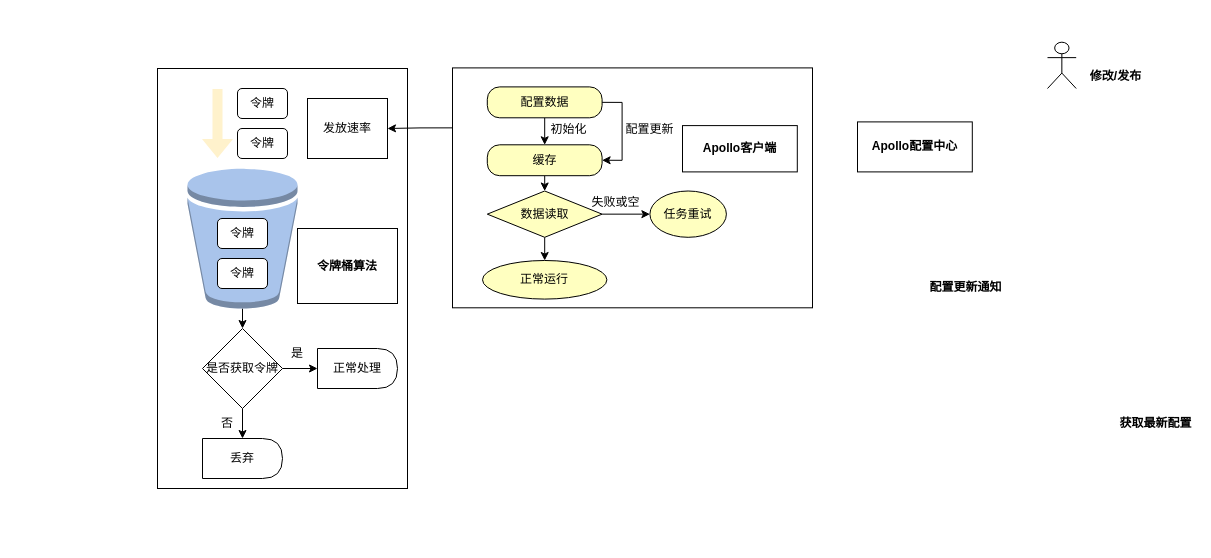
The draw.io diagram yx实时限流.drawio in mineminemine123/work-wiki, before the edit. Source tidied: cells renumbered, new cells numbered last; positions are measured from the earlier drawing's top-left corner, leaving out a move shared by most shapes. Both pictures are drawn from the tidied source at 100%, with x=0, y=0 at pixel (157, 16).
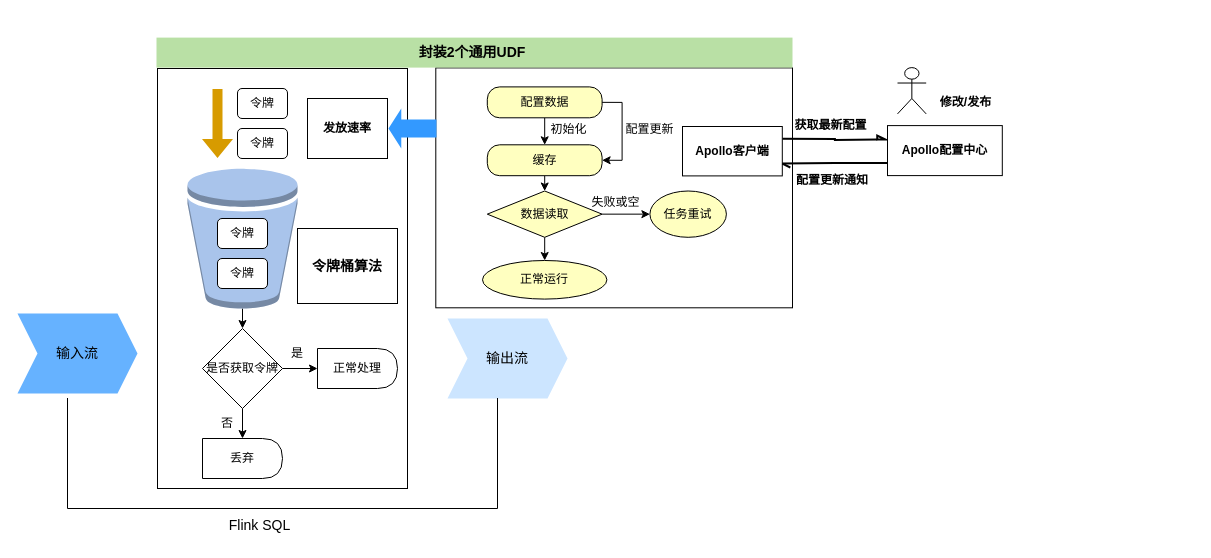
The same page after the edit.

Commit message:
更新yx实时限流.drawio

Unchanged cells that the change refers to:
```xml
<mxCell id="18" style="group;" parent="1" vertex="1">
  <mxGeometry x="125" y="0.4" width="740" height="523.1" as="geometry" />
</mxCell>
```

Change to the diagram source:
```diff
@@
-    <mxCell id="7" style="shape=flexArrow;endArrow=classic;html=1;rounded=0;strokeColor=none;fillColor=#fff2cc;" parent="1" edge="1">
+    <mxCell id="7" style="shape=flexArrow;endArrow=classic;html=1;rounded=0;strokeColor=none;fillColor=#D79B00;" parent="1" edge="1">
       <mxGeometry relative="1" as="geometry">
         <mxPoint x="60" y="72" as="sourcePoint" />
         <mxPoint x="60" y="142" as="targetPoint" />
       </mxGeometry>
     </mxCell>
@@
-    <mxCell id="17" value="&lt;b&gt;令牌桶算法&lt;/b&gt;" style="rounded=0;whiteSpace=wrap;html=1;strokeColor=default;fillColor=default;" parent="1" vertex="1">
+    <mxCell id="17" value="&lt;b&gt;&lt;font style=&quot;font-size: 14px;&quot;&gt;令牌桶算法&lt;/font&gt;&lt;/b&gt;" style="rounded=0;whiteSpace=wrap;html=1;strokeColor=default;fillColor=default;" parent="1" vertex="1">
       <mxGeometry x="140" y="212" width="100" height="75" as="geometry" />
     </mxCell>
@@
     <mxCell id="19" style="rounded=0;whiteSpace=wrap;html=1;strokeColor=default;fillColor=default;" parent="18" vertex="1">
-      <mxGeometry x="170" y="51" width="360" height="239.9" as="geometry" />
+      <mxGeometry x="153.3" y="51" width="356.7" height="239.9" as="geometry" />
     </mxCell>
@@
+    <mxCell id="41" style="edgeStyle=orthogonalEdgeStyle;rounded=0;jettySize=auto;html=1;exitX=1;exitY=0.25;exitDx=0;exitDy=0;fontSize=14;endArrow=async;endFill=0;fillColor=default;strokeWidth=2;" parent="18" edge="1" source="32">
+      <mxGeometry relative="1" as="geometry">
+        <mxPoint x="605" y="122.6" as="targetPoint" />
+      </mxGeometry>
+    </mxCell>
     <mxCell id="32" value="&lt;h4&gt;Apollo客户端&lt;/h4&gt;" style="rounded=0;whiteSpace=wrap;html=1;" parent="18" vertex="1">
-      <mxGeometry x="400" y="108.7" width="114.8" height="46.3" as="geometry" />
+      <mxGeometry x="400" y="109.6" width="99.8" height="49.4" as="geometry" />
     </mxCell>
+    <mxCell id="42" style="edgeStyle=orthogonalEdgeStyle;rounded=0;jettySize=auto;html=1;exitX=0;exitY=0.75;exitDx=0;exitDy=0;entryX=1;entryY=0.75;entryDx=0;entryDy=0;strokeWidth=2;fontSize=14;endArrow=openAsync;endFill=0;fillColor=default;" parent="18" edge="1" source="33" target="32">
+      <mxGeometry relative="1" as="geometry" />
+    </mxCell>
     <mxCell id="33" value="&lt;h4&gt;Apollo配置中心&lt;/h4&gt;" style="rounded=0;whiteSpace=wrap;html=1;" parent="18" vertex="1">
-      <mxGeometry x="575" y="105" width="114.8" height="50" as="geometry" />
+      <mxGeometry x="605" y="108.7" width="114.8" height="50" as="geometry" />
     </mxCell>
@@
     <mxCell id="35" value="&lt;h4&gt;配置更新通知&lt;/h4&gt;" style="text;html=1;strokeColor=none;fillColor=none;align=center;verticalAlign=middle;whiteSpace=wrap;rounded=0;" parent="18" vertex="1">
-      <mxGeometry x="645" y="259" width="76.5" height="23.1" as="geometry" />
+      <mxGeometry x="510" y="151.6" width="80" height="23.1" as="geometry" />
     </mxCell>
+    <mxCell id="37" value="&lt;h4&gt;修改/发布&lt;/h4&gt;" style="text;html=1;strokeColor=none;fillColor=none;align=center;verticalAlign=middle;whiteSpace=wrap;rounded=0;" parent="18" vertex="1">
+      <mxGeometry x="655" y="73.9" width="57.4" height="23.1" as="geometry" />
+    </mxCell>
+    <mxCell id="39" style="shape=umlActor;verticalLabelPosition=bottom;verticalAlign=top;html=1;" parent="18" vertex="1">
+      <mxGeometry x="615" y="50.7" width="28.7" height="46.3" as="geometry" />
+    </mxCell>
+    <mxCell id="38" value="&lt;h4&gt;获取最新配置&lt;/h4&gt;" style="text;html=1;strokeColor=none;fillColor=none;align=center;verticalAlign=middle;whiteSpace=wrap;rounded=0;" parent="18" vertex="1">
+      <mxGeometry x="510" y="97" width="76.5" height="23.1" as="geometry" />
+    </mxCell>
+    <mxCell id="43" style="shape=flexArrow;endArrow=classic;html=1;rounded=0;strokeWidth=2;fontSize=14;fillColor=#3399FF;width=17;endSize=3.59;entryX=1;entryY=0.5;entryDx=0;entryDy=0;strokeColor=none;" parent="18" edge="1" target="36">
+      <mxGeometry relative="1" as="geometry">
+        <mxPoint x="155" y="111.6" as="sourcePoint" />
+      </mxGeometry>
+    </mxCell>
+    <mxCell id="44" value="输出流" style="shape=step;perimeter=stepPerimeter;whiteSpace=wrap;html=1;fixedSize=1;strokeColor=none;fontSize=14;fillColor=#CCE5FF;" parent="18" vertex="1">
+      <mxGeometry x="165" y="301.6" width="120" height="80" as="geometry" />
+    </mxCell>
+    <mxCell id="45" value="&lt;b&gt;封装2个通用UDF&amp;nbsp;&lt;/b&gt;" style="text;html=1;strokeColor=none;fillColor=#B9E0A5;align=center;verticalAlign=middle;whiteSpace=wrap;rounded=0;fontSize=14;" parent="18" vertex="1">
+      <mxGeometry x="-126" y="20.7" width="636" height="30" as="geometry" />
+    </mxCell>
-    <mxCell id="36" value="发放速率" style="rounded=0;whiteSpace=wrap;html=1;strokeColor=default;fillColor=default;" parent="1" vertex="1">
+    <mxCell id="36" value="&lt;b&gt;发放速率&lt;/b&gt;" style="rounded=0;whiteSpace=wrap;html=1;strokeColor=default;fillColor=default;" parent="1" vertex="1">
       <mxGeometry x="150" y="82" width="80" height="60" as="geometry" />
     </mxCell>
-    <mxCell id="37" value="&lt;h4&gt;修改/发布&lt;/h4&gt;" style="text;html=1;strokeColor=none;fillColor=none;align=center;verticalAlign=middle;whiteSpace=wrap;rounded=0;" parent="1" vertex="1">
-      <mxGeometry x="930" y="48.9" width="57.4" height="23.1" as="geometry" />
-    </mxCell>
-    <mxCell id="38" value="&lt;h4&gt;获取最新配置&lt;/h4&gt;" style="text;html=1;strokeColor=none;fillColor=none;align=center;verticalAlign=middle;whiteSpace=wrap;rounded=0;" parent="1" vertex="1">
-      <mxGeometry x="960" y="395.4" width="76.5" height="23.1" as="geometry" />
-    </mxCell>
-    <mxCell id="39" style="shape=umlActor;verticalLabelPosition=bottom;verticalAlign=top;html=1;" parent="1" vertex="1">
-      <mxGeometry x="890" y="25.7" width="28.7" height="46.3" as="geometry" />
-    </mxCell>
-    <mxCell id="40" style="edgeStyle=orthogonalEdgeStyle;rounded=0;jettySize=auto;html=1;exitX=0;exitY=0.25;exitDx=0;exitDy=0;" parent="1" edge="1" source="19" target="36">
-      <mxGeometry relative="1" as="geometry" />
-    </mxCell>
+    <mxCell id="46" value="输入流" style="shape=step;perimeter=stepPerimeter;whiteSpace=wrap;html=1;fixedSize=1;strokeColor=none;fontSize=14;fillColor=#66B2FF;" parent="1" vertex="1">
+      <mxGeometry x="-140" y="297" width="120" height="80" as="geometry" />
+    </mxCell>
+    <mxCell id="47" style="shape=partialRectangle;whiteSpace=wrap;html=1;bottom=1;right=1;left=1;top=0;fillColor=none;routingCenterX=-0.5;strokeColor=default;fontSize=14;" parent="1" vertex="1">
+      <mxGeometry x="-90" y="382" width="430" height="110" as="geometry" />
+    </mxCell>
+    <mxCell id="48" value="Flink SQL" style="text;html=1;strokeColor=none;fillColor=none;align=center;verticalAlign=middle;whiteSpace=wrap;rounded=0;fontSize=14;" parent="1" vertex="1">
+      <mxGeometry x="55" y="494" width="95" height="30" as="geometry" />
+    </mxCell>
```
